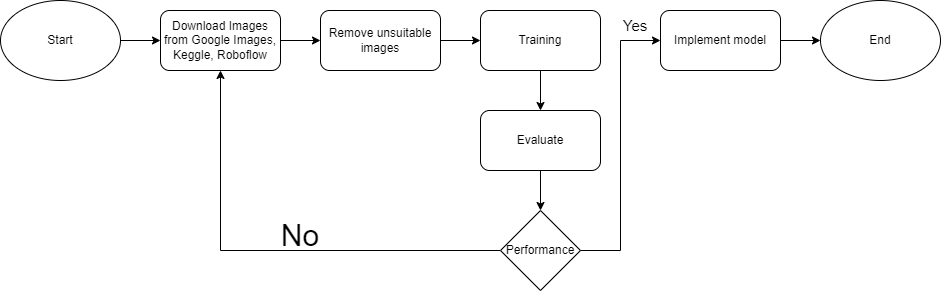
LashMaProject/Lashma keeps this draw.io diagram as food.png. Above is the earlier version. Source tidied: cells renumbered, new cells last; positions are measured from the earlier drawing's top-left corner, leaving out a move shared by most shapes.
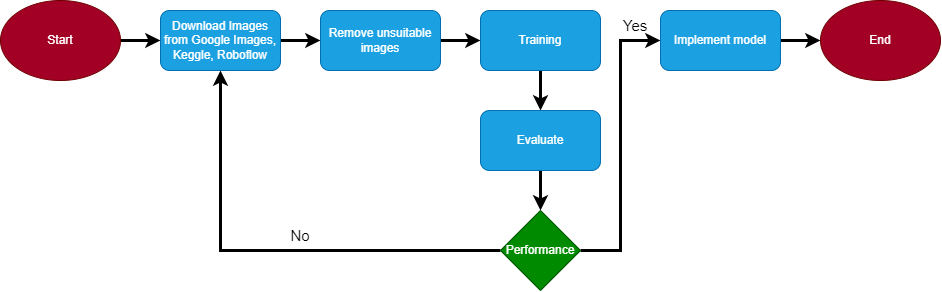
After the commit.

Change to the diagram source:
```diff
@@ -2,58 +2,58 @@
   <root>
     <mxCell id="0" />
     <mxCell id="1" parent="0" />
-    <mxCell id="2" style="edgeStyle=orthogonalEdgeStyle;rounded=0;jettySize=auto;html=1;" parent="1" edge="1" source="3" target="5">
+    <mxCell id="2" style="edgeStyle=orthogonalEdgeStyle;rounded=0;jettySize=auto;html=1;strokeWidth=3;" parent="1" edge="1" source="3" target="5">
       <mxGeometry relative="1" as="geometry" />
     </mxCell>
-    <mxCell id="3" value="Start" style="ellipse;whiteSpace=wrap;html=1;" parent="1" vertex="1">
+    <mxCell id="3" value="Start" style="ellipse;whiteSpace=wrap;html=1;fillColor=#a20025;fontColor=#ffffff;strokeColor=#6F0000;" parent="1" vertex="1">
       <mxGeometry width="120" height="80" as="geometry" />
     </mxCell>
-    <mxCell id="4" style="edgeStyle=orthogonalEdgeStyle;rounded=0;jettySize=auto;html=1;" parent="1" edge="1" source="5" target="7">
+    <mxCell id="4" style="edgeStyle=orthogonalEdgeStyle;rounded=0;jettySize=auto;html=1;strokeWidth=3;" parent="1" edge="1" source="5" target="7">
       <mxGeometry relative="1" as="geometry" />
     </mxCell>
-    <mxCell id="5" value="Download Images from Google Images, Keggle, Roboflow" style="rounded=1;whiteSpace=wrap;html=1;" parent="1" vertex="1">
+    <mxCell id="5" value="Download Images from Google Images, Keggle, Roboflow" style="rounded=1;whiteSpace=wrap;html=1;fillColor=#1ba1e2;fontColor=#ffffff;strokeColor=#006EAF;" parent="1" vertex="1">
       <mxGeometry x="160" y="10" width="120" height="60" as="geometry" />
     </mxCell>
-    <mxCell id="6" style="edgeStyle=orthogonalEdgeStyle;rounded=0;jettySize=auto;html=1;" parent="1" edge="1" source="7" target="9">
+    <mxCell id="6" style="edgeStyle=orthogonalEdgeStyle;rounded=0;jettySize=auto;html=1;strokeWidth=3;" parent="1" edge="1" source="7" target="9">
       <mxGeometry relative="1" as="geometry" />
     </mxCell>
-    <mxCell id="7" value="Remove unsuitable images" style="rounded=1;whiteSpace=wrap;html=1;" parent="1" vertex="1">
+    <mxCell id="7" value="Remove unsuitable images" style="rounded=1;whiteSpace=wrap;html=1;fillColor=#1ba1e2;fontColor=#ffffff;strokeColor=#006EAF;" parent="1" vertex="1">
       <mxGeometry x="320" y="10" width="120" height="60" as="geometry" />
     </mxCell>
-    <mxCell id="8" style="edgeStyle=orthogonalEdgeStyle;rounded=0;jettySize=auto;html=1;" parent="1" edge="1" source="9" target="11">
+    <mxCell id="8" style="edgeStyle=orthogonalEdgeStyle;rounded=0;jettySize=auto;html=1;strokeWidth=3;" parent="1" edge="1" source="9" target="11">
       <mxGeometry relative="1" as="geometry" />
     </mxCell>
-    <mxCell id="9" value="Training" style="rounded=1;whiteSpace=wrap;html=1;" parent="1" vertex="1">
+    <mxCell id="9" value="Training" style="rounded=1;whiteSpace=wrap;html=1;fillColor=#1ba1e2;fontColor=#ffffff;strokeColor=#006EAF;" parent="1" vertex="1">
       <mxGeometry x="480" y="10" width="120" height="60" as="geometry" />
     </mxCell>
-    <mxCell id="10" style="edgeStyle=orthogonalEdgeStyle;rounded=0;jettySize=auto;html=1;" parent="1" edge="1" source="11" target="14">
+    <mxCell id="10" style="edgeStyle=orthogonalEdgeStyle;rounded=0;jettySize=auto;html=1;strokeWidth=3;" parent="1" edge="1" source="11" target="14">
       <mxGeometry relative="1" as="geometry" />
     </mxCell>
-    <mxCell id="11" value="Evaluate" style="rounded=1;whiteSpace=wrap;html=1;" parent="1" vertex="1">
+    <mxCell id="11" value="Evaluate" style="rounded=1;whiteSpace=wrap;html=1;fillColor=#1ba1e2;fontColor=#ffffff;strokeColor=#006EAF;" parent="1" vertex="1">
       <mxGeometry x="480" y="110" width="120" height="60" as="geometry" />
     </mxCell>
-    <mxCell id="12" style="edgeStyle=orthogonalEdgeStyle;rounded=0;jettySize=auto;html=1;entryX=0.5;entryY=1;entryDx=0;entryDy=0;" parent="1" edge="1" source="14" target="5">
+    <mxCell id="12" style="edgeStyle=orthogonalEdgeStyle;rounded=0;jettySize=auto;html=1;entryX=0.5;entryY=1;entryDx=0;entryDy=0;strokeWidth=3;" parent="1" edge="1" source="14" target="5">
       <mxGeometry relative="1" as="geometry" />
     </mxCell>
-    <mxCell id="13" style="edgeStyle=orthogonalEdgeStyle;rounded=0;jettySize=auto;html=1;entryX=0;entryY=0.5;entryDx=0;entryDy=0;" parent="1" edge="1" source="14" target="17">
+    <mxCell id="13" style="edgeStyle=orthogonalEdgeStyle;rounded=0;jettySize=auto;html=1;entryX=0;entryY=0.5;entryDx=0;entryDy=0;strokeWidth=3;" parent="1" edge="1" source="14" target="17">
       <mxGeometry relative="1" as="geometry" />
     </mxCell>
-    <mxCell id="14" value="Performance" style="rhombus;whiteSpace=wrap;html=1;" parent="1" vertex="1">
+    <mxCell id="14" value="Performance" style="rhombus;whiteSpace=wrap;html=1;fillColor=#008a00;fontColor=#ffffff;strokeColor=#005700;" parent="1" vertex="1">
       <mxGeometry x="500" y="210" width="80" height="80" as="geometry" />
     </mxCell>
-    <mxCell id="15" value="No" style="text;html=1;align=center;verticalAlign=middle;whiteSpace=wrap;rounded=0;fontSize=30;" parent="1" vertex="1">
+    <mxCell id="15" value="No" style="text;html=1;align=center;verticalAlign=middle;whiteSpace=wrap;rounded=0;fontSize=15;" parent="1" vertex="1">
       <mxGeometry x="250" y="220" width="100" height="30" as="geometry" />
     </mxCell>
-    <mxCell id="16" style="edgeStyle=orthogonalEdgeStyle;rounded=0;jettySize=auto;html=1;" parent="1" edge="1" source="17" target="19">
+    <mxCell id="16" style="edgeStyle=orthogonalEdgeStyle;rounded=0;jettySize=auto;html=1;strokeWidth=3;" parent="1" edge="1" source="17" target="19">
       <mxGeometry relative="1" as="geometry" />
     </mxCell>
-    <mxCell id="17" value="Implement model" style="rounded=1;whiteSpace=wrap;html=1;" parent="1" vertex="1">
+    <mxCell id="17" value="Implement model" style="rounded=1;whiteSpace=wrap;html=1;fillColor=#1ba1e2;fontColor=#ffffff;strokeColor=#006EAF;" parent="1" vertex="1">
       <mxGeometry x="660" y="10" width="120" height="60" as="geometry" />
     </mxCell>
     <mxCell id="18" value="Yes" style="text;html=1;align=center;verticalAlign=middle;whiteSpace=wrap;rounded=0;fontSize=15;" parent="1" vertex="1">
       <mxGeometry x="590" y="10" width="90" height="30" as="geometry" />
     </mxCell>
-    <mxCell id="19" value="End" style="ellipse;whiteSpace=wrap;html=1;" parent="1" vertex="1">
+    <mxCell id="19" value="End" style="ellipse;whiteSpace=wrap;html=1;fillColor=#a20025;fontColor=#ffffff;strokeColor=#6F0000;" parent="1" vertex="1">
       <mxGeometry x="820" width="120" height="80" as="geometry" />
     </mxCell>
   </root>
```
